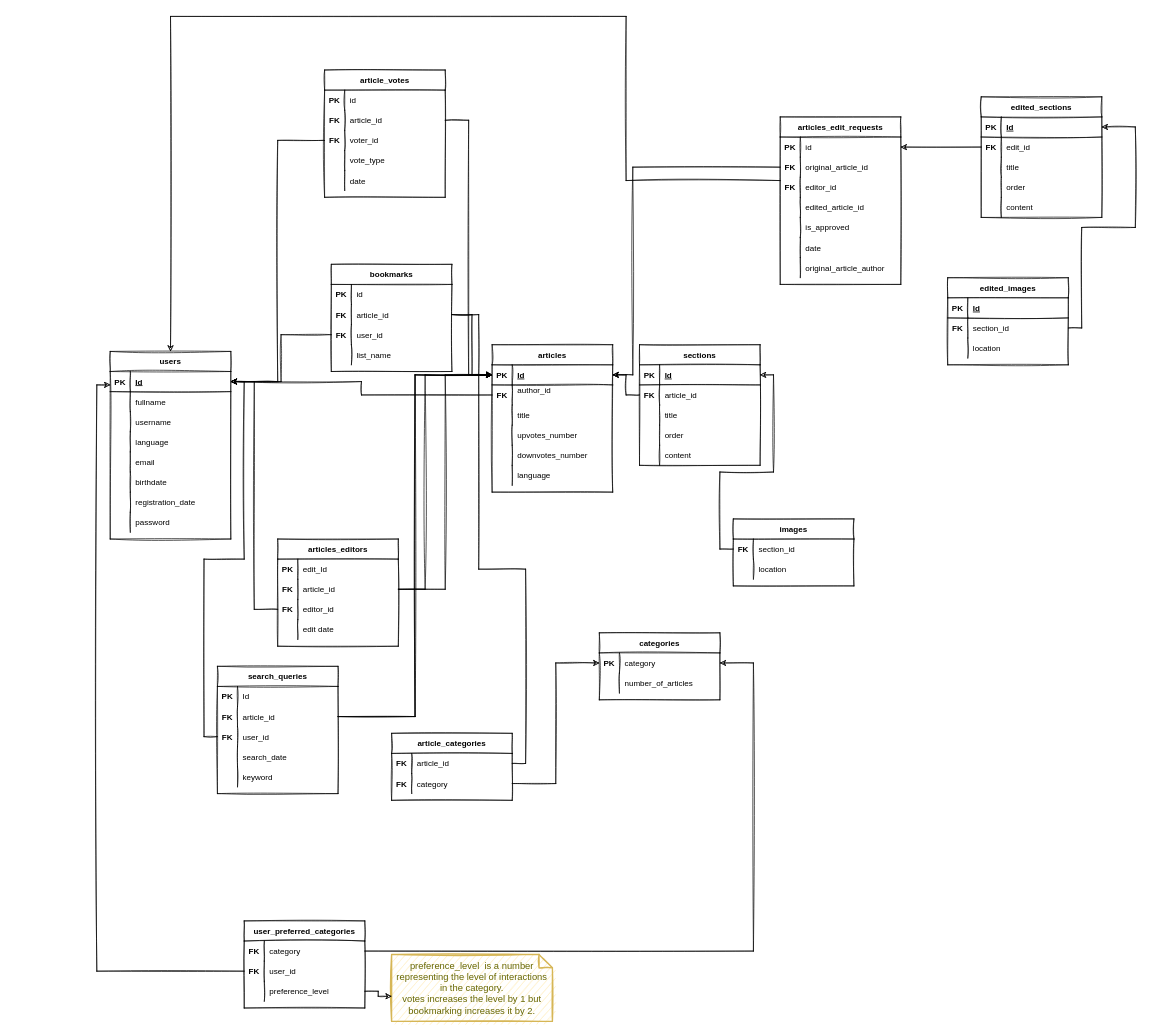
Before: page "ERD" (1 of 4) of Untitled Diagram.drawio in mosup16/wikiwiki-swe-project-digrams, a draw.io diagram. Source tidied: cells renumbered, new cells numbered last; positions are measured from the earlier drawing's top-left corner, leaving out a move shared by most shapes. Both pictures are drawn from the tidied source at 67%, with x=0, y=0 at pixel (96, 16).
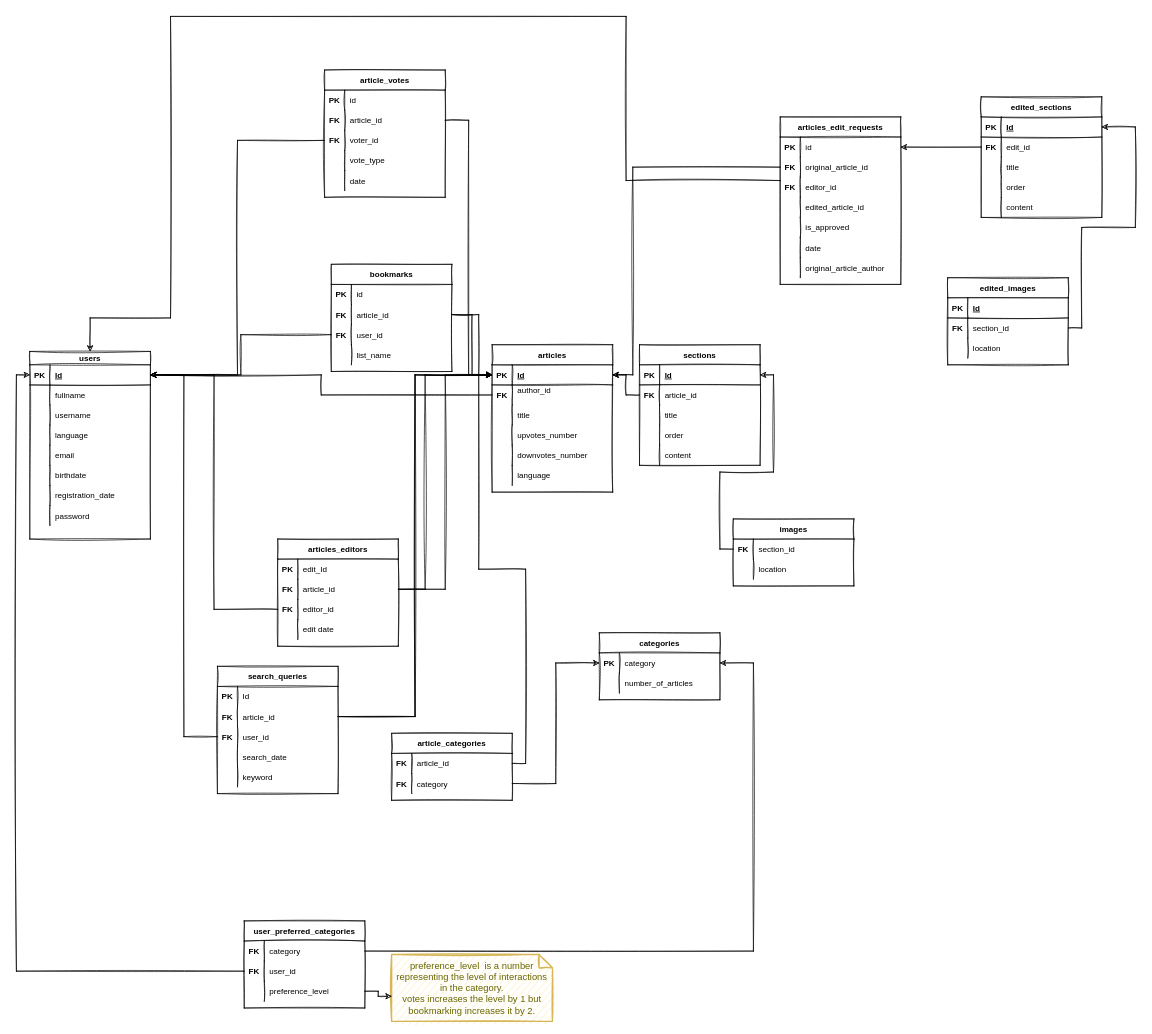
After the change.

The change refers to these unchanged cells:
```xml
<mxCell id="127" style="shape=tableRow;horizontal=0;startSize=0;swimlaneHead=0;swimlaneBody=0;fillColor=none;points=[[0,0.5],[1,0.5]];portConstraint=eastwest;top=0;left=0;right=0;bottom=0;sketch=1;" parent="123" vertex="1">
  <mxGeometry y="60" width="180" height="30" as="geometry" />
</mxCell>
<mxCell id="170" value="articles_edit_requests" style="shape=table;startSize=30;childLayout=tableLayout;rowLines=0;fontStyle=1;align=center;sketch=1;" parent="1" vertex="1">
  <mxGeometry x="1020" y="150" width="180" height="250" as="geometry" />
</mxCell>
```

What changed in the source:
```diff
@@
-    <mxCell id="2" value="users" style="shape=table;startSize=30;childLayout=tableLayout;rowLines=0;fontStyle=1;align=center;sketch=1;" parent="1" vertex="1">
-      <mxGeometry x="20" y="500" width="180" height="280" as="geometry" />
+    <mxCell id="2" value="users" style="shape=table;startSize=20;childLayout=tableLayout;rowLines=0;fontStyle=1;align=center;sketch=1;" parent="1" vertex="1">
+      <mxGeometry x="-100" y="500" width="180" height="280" as="geometry" />
     </mxCell>
     <mxCell id="3" style="shape=tableRow;horizontal=0;startSize=0;swimlaneHead=0;swimlaneBody=0;fillColor=none;points=[[0,0.5],[1,0.5]];portConstraint=eastwest;top=0;left=0;right=0;bottom=1;sketch=1;" parent="2" vertex="1">
-      <mxGeometry y="30" width="180" height="30" as="geometry" />
+      <mxGeometry y="20" width="180" height="30" as="geometry" />
     </mxCell>
@@
     <mxCell id="6" style="shape=tableRow;horizontal=0;startSize=0;swimlaneHead=0;swimlaneBody=0;fillColor=none;top=0;left=0;right=0;bottom=0;sketch=1;" parent="2" vertex="1">
-      <mxGeometry y="60" width="180" height="30" as="geometry" />
+      <mxGeometry y="50" width="180" height="30" as="geometry" />
     </mxCell>
@@
     <mxCell id="9" style="shape=tableRow;horizontal=0;startSize=0;swimlaneHead=0;swimlaneBody=0;fillColor=none;top=0;left=0;right=0;bottom=0;sketch=1;" parent="2" vertex="1">
-      <mxGeometry y="90" width="180" height="30" as="geometry" />
+      <mxGeometry y="80" width="180" height="30" as="geometry" />
     </mxCell>
@@
     <mxCell id="12" style="shape=tableRow;horizontal=0;startSize=0;swimlaneHead=0;swimlaneBody=0;fillColor=none;top=0;left=0;right=0;bottom=0;sketch=1;" parent="2" vertex="1">
-      <mxGeometry y="120" width="180" height="30" as="geometry" />
+      <mxGeometry y="110" width="180" height="30" as="geometry" />
     </mxCell>
@@
     <mxCell id="15" style="shape=tableRow;horizontal=0;startSize=0;swimlaneHead=0;swimlaneBody=0;fillColor=none;top=0;left=0;right=0;bottom=0;sketch=1;" parent="2" vertex="1">
-      <mxGeometry y="150" width="180" height="30" as="geometry" />
+      <mxGeometry y="140" width="180" height="30" as="geometry" />
     </mxCell>
@@
     <mxCell id="18" style="shape=tableRow;horizontal=0;startSize=0;swimlaneHead=0;swimlaneBody=0;fillColor=none;top=0;left=0;right=0;bottom=0;sketch=1;" parent="2" vertex="1">
-      <mxGeometry y="180" width="180" height="30" as="geometry" />
+      <mxGeometry y="170" width="180" height="30" as="geometry" />
     </mxCell>
@@
     <mxCell id="21" style="shape=tableRow;horizontal=0;startSize=0;swimlaneHead=0;swimlaneBody=0;fillColor=none;top=0;left=0;right=0;bottom=0;sketch=1;" parent="2" vertex="1">
-      <mxGeometry y="210" width="180" height="30" as="geometry" />
+      <mxGeometry y="200" width="180" height="30" as="geometry" />
     </mxCell>
@@
     <mxCell id="24" style="shape=tableRow;horizontal=0;startSize=0;swimlaneHead=0;swimlaneBody=0;fillColor=none;top=0;left=0;right=0;bottom=0;sketch=1;" parent="2" vertex="1">
-      <mxGeometry y="240" width="180" height="30" as="geometry" />
+      <mxGeometry y="230" width="180" height="30" as="geometry" />
     </mxCell>
@@
     <mxCell id="122" style="edgeStyle=orthogonalEdgeStyle;rounded=0;jettySize=auto;html=1;exitX=0;exitY=0.5;exitDx=0;exitDy=0;sketch=1;" parent="1" edge="1" source="127" target="3">
       <mxGeometry relative="1" as="geometry">
         <Array as="points">
-          <mxPoint y="1425" />
-          <mxPoint y="550" />
+          <mxPoint x="-120" y="1425" />
+          <mxPoint x="-120" y="535" />
         </Array>
       </mxGeometry>
     </mxCell>
@@
     <mxCell id="169" style="edgeStyle=orthogonalEdgeStyle;rounded=0;jettySize=auto;html=1;fontColor=#000000;entryX=0.5;entryY=0;entryDx=0;entryDy=0;sketch=1;" parent="1" edge="1" source="170" target="2">
       <mxGeometry relative="1" as="geometry">
         <Array as="points">
           <mxPoint x="790" y="245" />
           <mxPoint x="790" />
           <mxPoint x="110" />
+          <mxPoint x="110" y="450" />
+          <mxPoint x="-10" y="450" />
         </Array>
       </mxGeometry>
     </mxCell>
```
